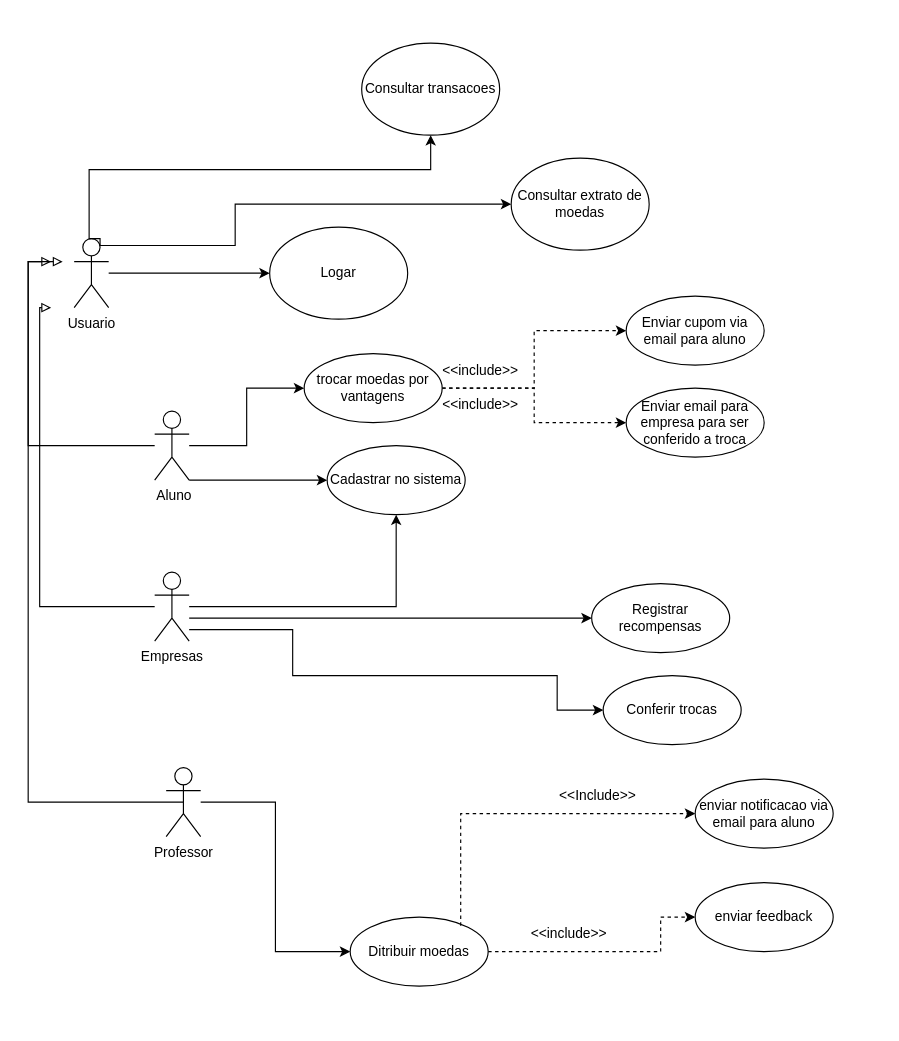
This is Projeto/casosDeUso/casoDeUso.drawio from bernardoaquino/lds-03, a draw.io file, before an edit. Source tidied: cells renumbered, new cells numbered last; positions are measured from the earlier drawing's top-left corner, leaving out a move shared by most shapes. Both pictures are drawn from the tidied source at 115%, with x=0, y=0 at pixel (28, 43).
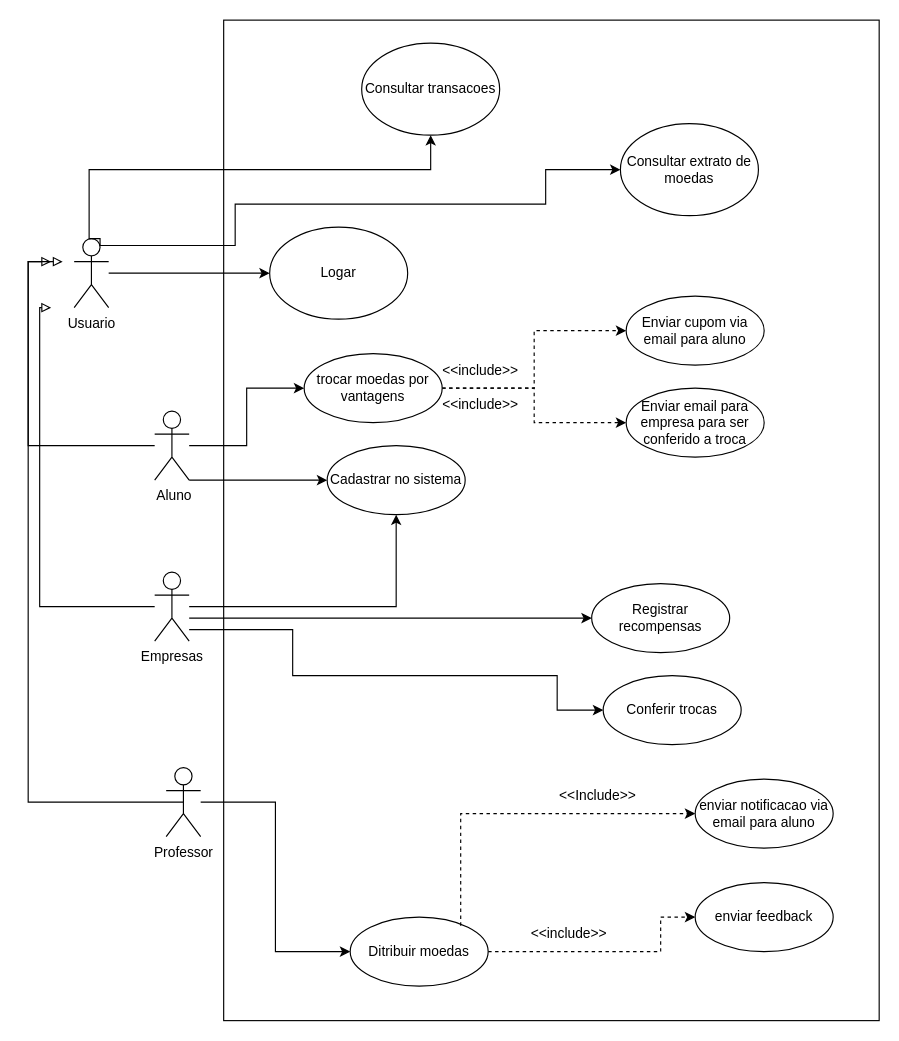
After the change.

Unchanged cells that the change refers to:
```xml
<mxCell id="3" value="Usuario" style="shape=umlActor;verticalLabelPosition=bottom;verticalAlign=top;html=1;outlineConnect=0;" parent="1" vertex="1">
  <mxGeometry x="40" y="170" width="30" height="60" as="geometry" />
</mxCell>
```

Diff of the diagram source:
```diff
@@
+    <mxCell id="38" style="rounded=0;whiteSpace=wrap;html=1;" parent="1" vertex="1">
+      <mxGeometry x="170" y="-20" width="570" height="870" as="geometry" />
+    </mxCell>
@@
     <mxCell id="19" style="edgeStyle=orthogonalEdgeStyle;rounded=0;jettySize=auto;html=1;entryX=0;entryY=0.5;entryDx=0;entryDy=0;exitX=0.75;exitY=0.1;exitDx=0;exitDy=0;exitPerimeter=0;" parent="1" edge="1" source="3" target="20">
       <mxGeometry relative="1" as="geometry">
         <Array as="points">
           <mxPoint x="180" y="176" />
           <mxPoint x="180" y="140" />
+          <mxPoint x="450" y="140" />
+          <mxPoint x="450" y="110" />
         </Array>
       </mxGeometry>
     </mxCell>
     <mxCell id="20" value="Consultar extrato de moedas" style="ellipse;whiteSpace=wrap;html=1;" parent="1" vertex="1">
-      <mxGeometry x="420" y="100" width="120" height="80" as="geometry" />
+      <mxGeometry x="515" y="70" width="120" height="80" as="geometry" />
     </mxCell>
```
